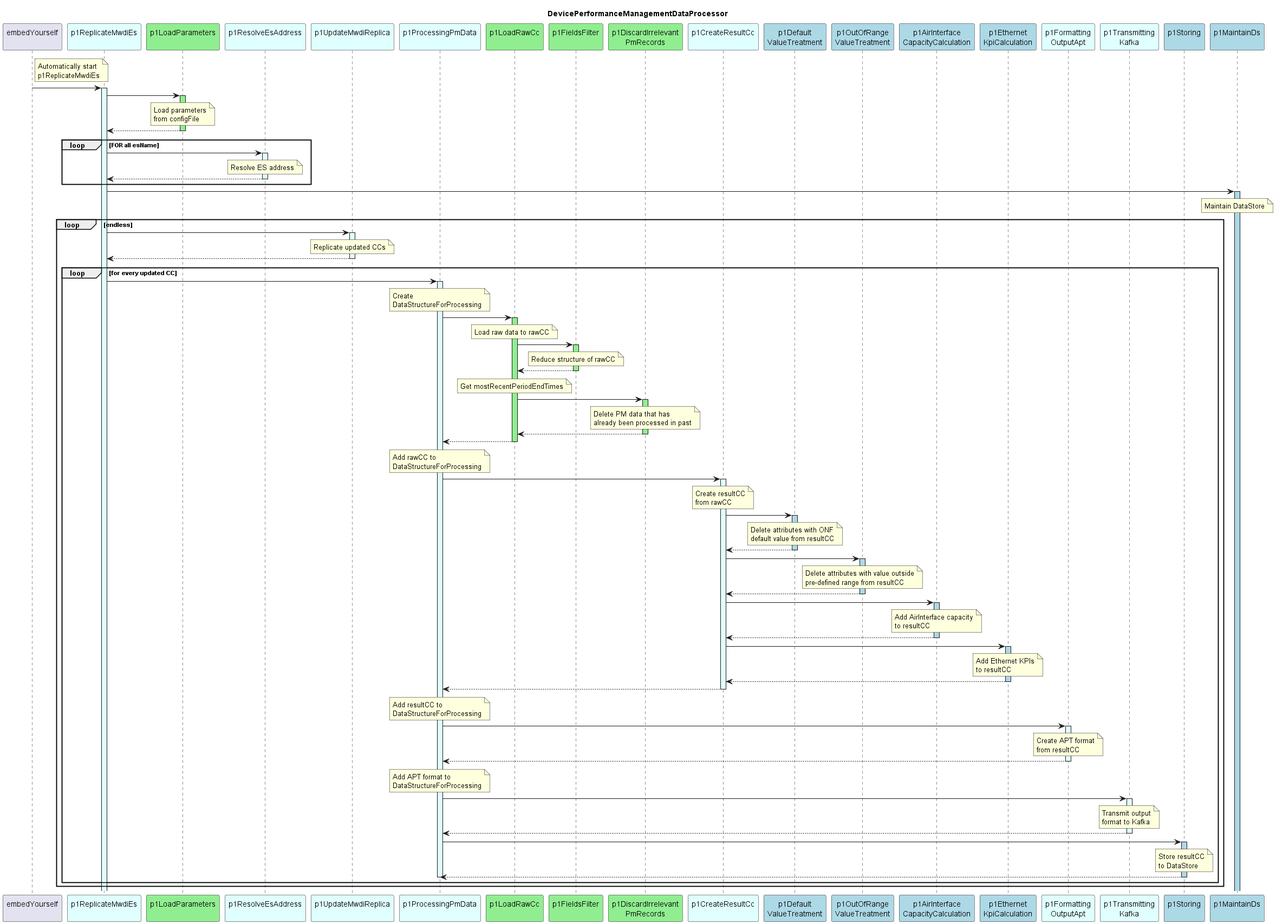
The PlantUML diagram spec/diagrams/hl_sequence.png in openBackhaul/DevicePerformanceManagementDataProcessor, before a commit.
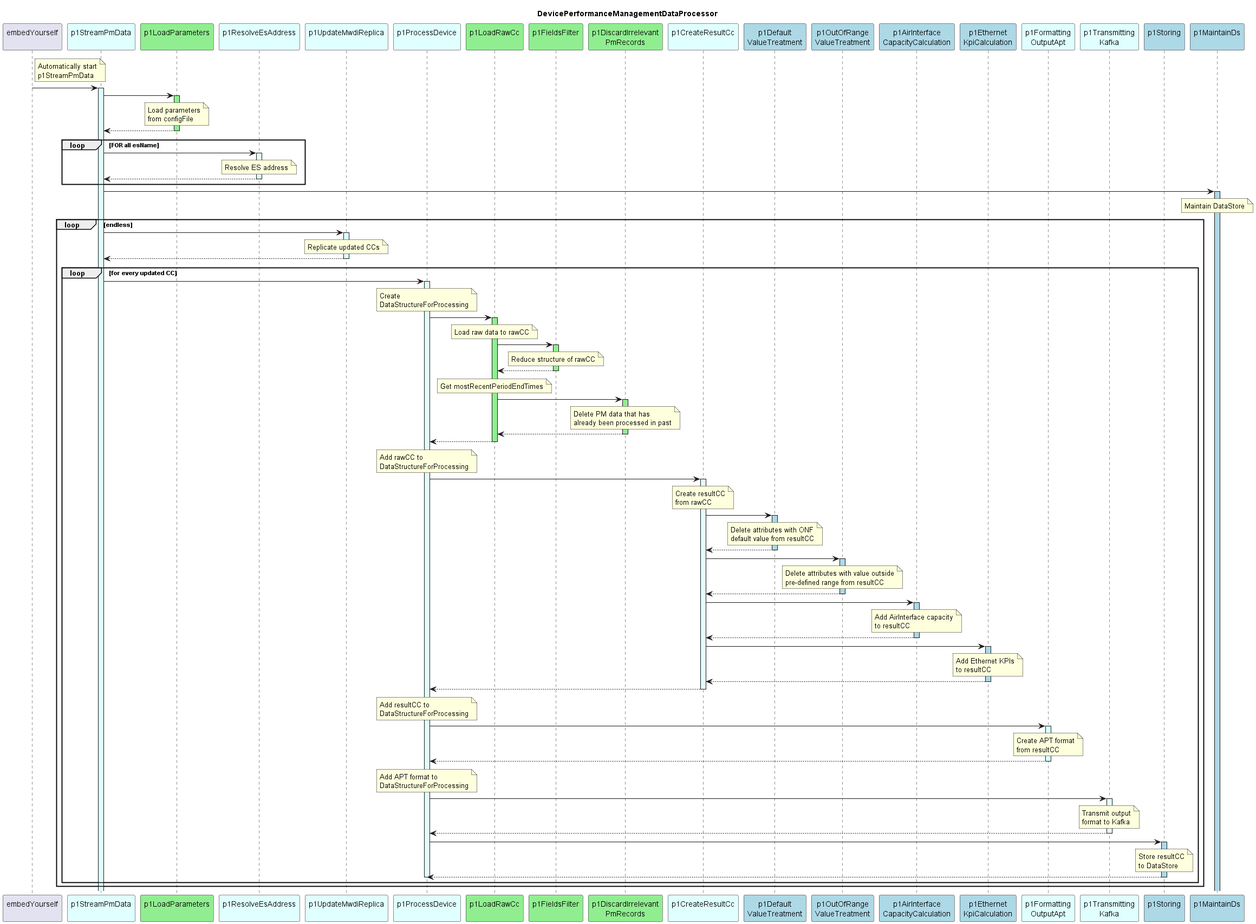
The same diagram one commit later.

Change to the diagram source:
```diff
@@ -6,12 +6,12 @@
 end title
 
 participant "embedYourself\n" as embed
-participant "p1ReplicateMwdiEs\n" as p1RMWDI #LightCyan
+participant "p1StreamPmData\n" as p1RMWDI #LightCyan
 participant "p1LoadParameters\n" as p1LoadParams #LightGreen
 participant "p1ResolveEsAddress\n" as p1REA #LightCyan
 participant "p1UpdateMwdiReplica\n" as p1UMR #LightCyan
 
-participant "p1ProcessingPmData\n" as p1ProcessPm #LightCyan
+participant "p1ProcessDevice\n" as p1ProcessPm #LightCyan
 
 participant "p1LoadRawCc\n" as p1AddRaw #LightGreen
 participant "p1FieldsFilter\n" as p1FieldsFilter #LightGreen
@@ -33,7 +33,7 @@
 
 note right embed
   Automatically start
-  p1ReplicateMwdiEs
+  p1StreamPmData
 end note
 embed -> p1RMWDI
 
```
